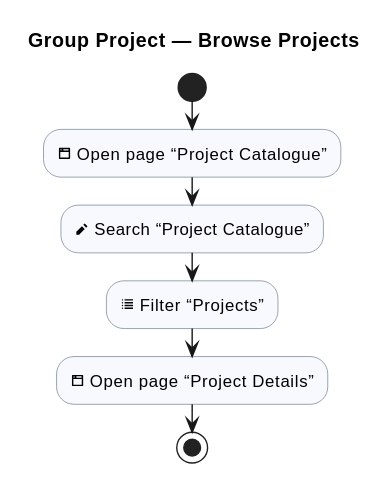
Above: industrial-placement-group-project/diagrams/group-project/project-discovery.svg in sdflkjssl/sdflkjssl.github.io (PlantUML), before the change.
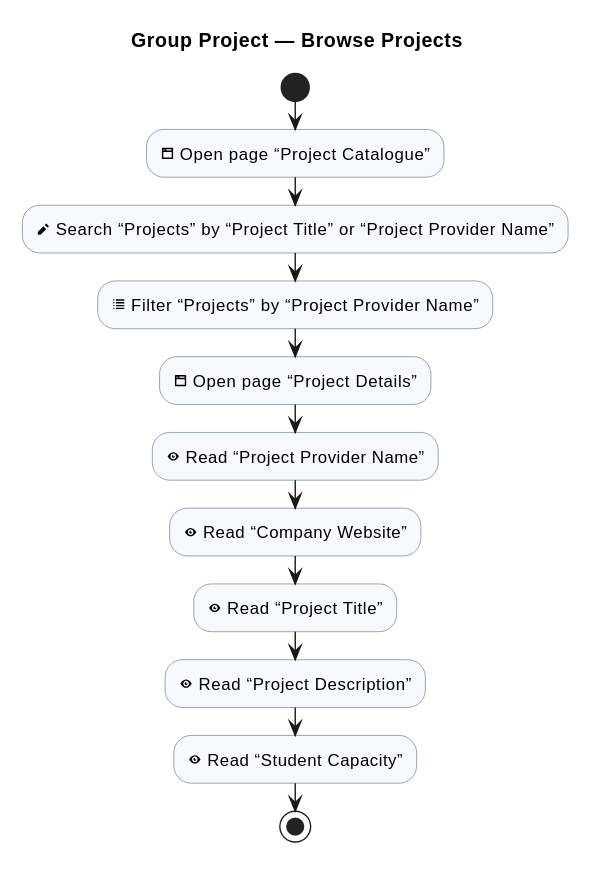
The same diagram one commit later.

What changed in the source:
```diff
@@ -11,8 +11,13 @@
 
 start
 :<&browser> Open page “Project Catalogue”; <<#GhostWhite>>
-:<&pencil> Search “Project Catalogue”; <<#GhostWhite>>
-:<&list> Filter “Projects”; <<#GhostWhite>>
+:<&pencil> Search “Projects” by “Project Title” or “Project Provider Name”; <<#GhostWhite>>
+:<&list> Filter “Projects” by “Project Provider Name”; <<#GhostWhite>>
 :<&browser> Open page “Project Details”; <<#GhostWhite>>
+:<&eye> Read “Project Provider Name”; <<#GhostWhite>>
+:<&eye> Read “Company Website”; <<#GhostWhite>>
+:<&eye> Read “Project Title”; <<#GhostWhite>>
+:<&eye> Read “Project Description”; <<#GhostWhite>>
+:<&eye> Read “Student Capacity”; <<#GhostWhite>>
 stop
 @enduml
```
